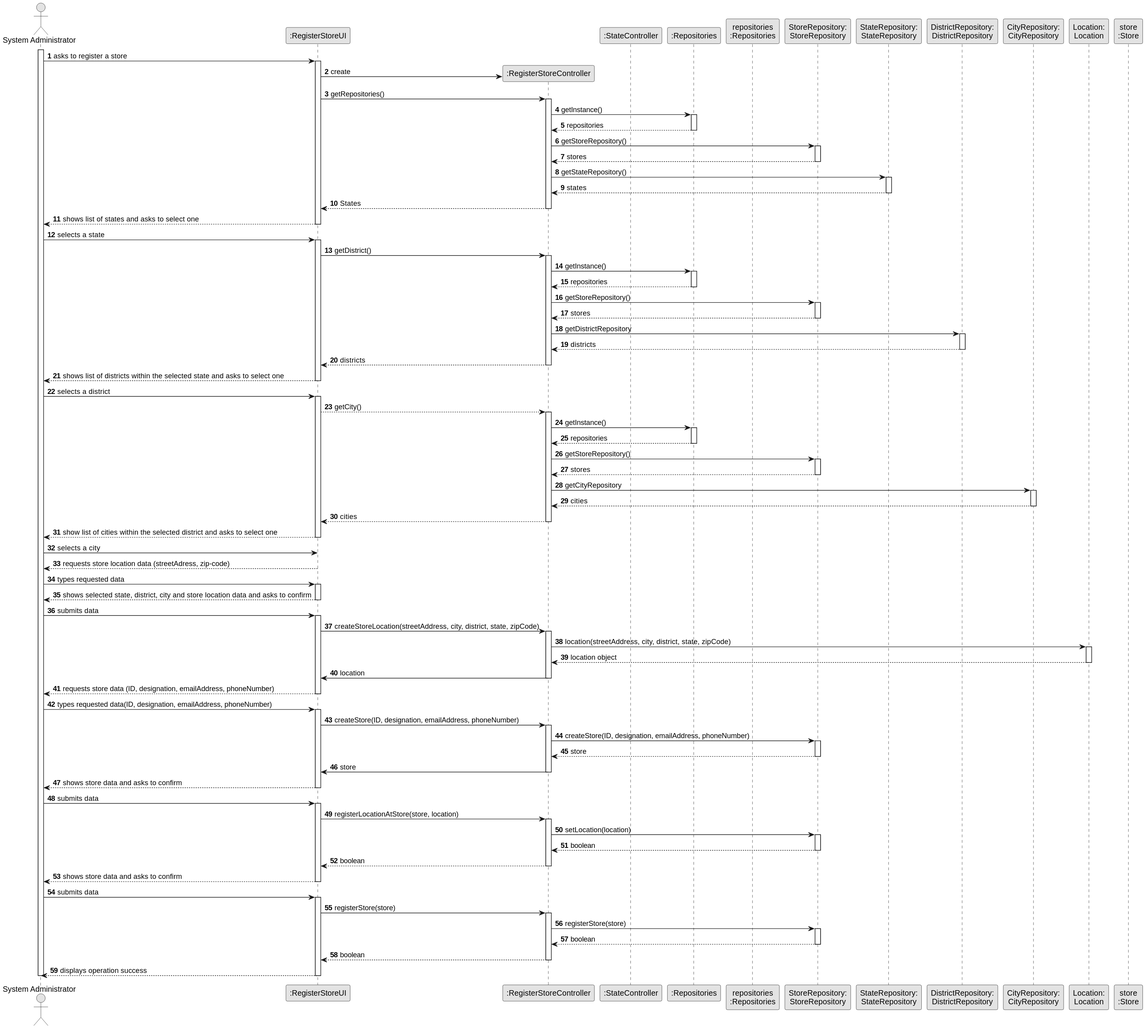
Earlier version of the PlantUML export docs/sprintD/us005/03.design/svg/us005-sequence-diagram-full.svg (1220812/LAPR2).
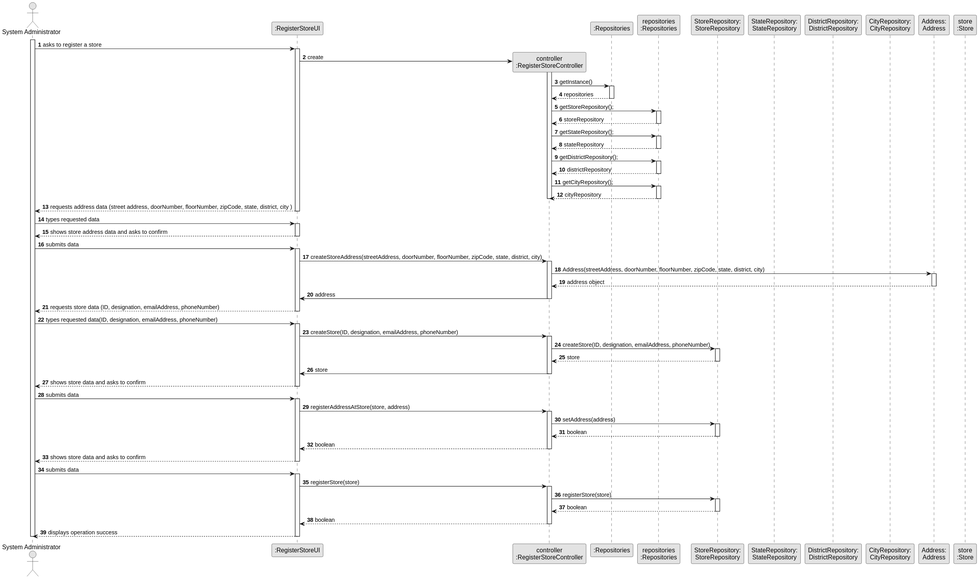
Later version of the same file.

Commit message:
US005- Fixed the mistakes in system sequence diagram, sequence diagram full and class diagram

Diff of the diagram source:
```diff
@@ -7,15 +7,14 @@
 
 actor "System Administrator" as ADM
 participant ":RegisterStoreUI" as UI
-participant ":RegisterStoreController" as STRCTRL
-participant ":StateController" as STCTRL
+participant "controller\n:RegisterStoreController" as STRCTRL
 participant ":Repositories" as RepositorySingleton
 participant "repositories\n:Repositories" as PLAT
 participant "StoreRepository:\nStoreRepository" as StoreRepository
 participant "StateRepository:\nStateRepository" as StateRepository
 participant "DistrictRepository:\nDistrictRepository" as DistrictRepository
 participant "CityRepository:\nCityRepository" as CityRepository
-participant "Location:\nLocation" as Location
+participant "Address:\nAddress" as Address
 participant "store\n:Store" as Store
 
 activate ADM
@@ -26,118 +25,63 @@
 
             UI -> STRCTRL** : create
 
-            UI -> STRCTRL : getRepositories()
+
             activate STRCTRL
 
                     STRCTRL -> RepositorySingleton : getInstance()
                     activate RepositorySingleton
 
-                    RepositorySingleton --> STRCTRL: repositories
+                        RepositorySingleton --> STRCTRL: repositories
+
                     deactivate RepositorySingleton
+                    STRCTRL -> PLAT: getStoreRepository();
+                    activate PLAT
 
-                    STRCTRL -> StoreRepository : getStoreRepository()
-                    activate StoreRepository
+                        PLAT --> STRCTRL : storeRepository
 
-                    StoreRepository --> STRCTRL : stores
-                    deactivate StoreRepository
+                    deactivate PLAT
+                    STRCTRL -> PLAT : getStateRepository();
+                    activate PLAT
 
-                    STRCTRL -> StateRepository : getStateRepository()
-                    activate StateRepository
+                        PLAT --> STRCTRL : stateRepository
 
-                    StateRepository --> STRCTRL : states
-                    deactivate StateRepository
+                    deactivate PLAT
+                    STRCTRL -> PLAT : getDistrictRepository();
+                    activate PLAT
 
-            STRCTRL --> UI : States
+                        PLAT --> STRCTRL : districtRepository
+
+                    deactivate PLAT
+                    STRCTRL -> PLAT : getCityRepository();
+                    activate PLAT
+
+                        PLAT --> STRCTRL : cityRepository
+
+                    deactivate PLAT
             deactivate STRCTRL
 
-            UI --> ADM : shows list of states and asks to select one
-            deactivate UI
-
-            ADM -> UI : selects a state
-            activate UI
-
-            UI -> STRCTRL : getDistrict()
-            activate STRCTRL
-
-                    STRCTRL -> RepositorySingleton : getInstance()
-                    activate RepositorySingleton
-
-                    RepositorySingleton --> STRCTRL: repositories
-                    deactivate RepositorySingleton
-
-                    STRCTRL -> StoreRepository : getStoreRepository()
-                    activate StoreRepository
-
-                    StoreRepository --> STRCTRL : stores
-                    deactivate StoreRepository
-
-                    STRCTRL -> DistrictRepository : getDistrictRepository
-                    activate DistrictRepository
-
-                    DistrictRepository --> STRCTRL : districts
-                    deactivate DistrictRepository
-
-
-            STRCTRL --> UI : districts
-            deactivate STRCTRL
-
-            UI --> ADM : shows list of districts within the selected state and asks to select one
-            deactivate UI
-
-            ADM -> UI : selects a district
-            activate UI
-
-            UI --> STRCTRL : getCity()
-            activate STRCTRL
-
-                STRCTRL -> RepositorySingleton : getInstance()
-                activate RepositorySingleton
-
-                RepositorySingleton --> STRCTRL: repositories
-                deactivate RepositorySingleton
-
-                STRCTRL -> StoreRepository : getStoreRepository()
-                activate StoreRepository
-
-                StoreRepository --> STRCTRL : stores
-                deactivate StoreRepository
-
-                STRCTRL -> CityRepository : getCityRepository
-                activate CityRepository
-
-                CityRepository --> STRCTRL : cities
-                deactivate CityRepository
-
-            STRCTRL --> UI : cities
-            deactivate STRCTRL
-
-            UI --> ADM : show list of cities within the selected district and asks to select one
-            deactivate UI
-
-            ADM -> UI: selects a city
-
-            UI --> ADM : requests store location data (streetAdress, zip-code)
+            UI --> ADM : requests address data (street address, doorNumber, floorNumber, zipCode, state, district, city )
             deactivate UI
 
             ADM -> UI : types requested data
             activate UI
 
-            UI --> ADM : shows selected state, district, city and store location data and asks to confirm
+            UI --> ADM : shows store address data and asks to confirm
             deactivate UI
 
             ADM -> UI : submits data
             activate UI
 
-                    UI -> STRCTRL :createStoreLocation(streetAddress, city, district, state, zipCode)
+                    UI -> STRCTRL :createStoreAddress(streetAddress, doorNumber, floorNumber, zipCode, state, district, city)
                     activate STRCTRL
 
-                    STRCTRL -> Location : location(streetAddress, city, district, state, zipCode)
-                    activate Location
+                    STRCTRL -> Address : Address(streetAddress, doorNumber, floorNumber, zipCode, state, district, city)
+                    activate Address
 
-                    Location --> STRCTRL : location object
-                    deactivate Location
+                    Address --> STRCTRL : address object
+                    deactivate Address
 
-                    STRCTRL -> UI : location
+                    STRCTRL -> UI : address
                     deactivate STRCTRL
 
             UI --> ADM : requests store data (ID, designation, emailAddress, phoneNumber)
@@ -165,10 +109,10 @@
             ADM -> UI : submits data
             activate UI
 
-                UI -> STRCTRL : registerLocationAtStore(store, location)
+                UI -> STRCTRL : registerAddressAtStore(store, address)
                 activate STRCTRL
 
-                STRCTRL -> StoreRepository : setLocation(location)
+                STRCTRL -> StoreRepository : setAddress(address)
                 activate StoreRepository
 
                 StoreRepository --> STRCTRL : boolean
@@ -186,7 +130,6 @@
                 UI -> STRCTRL : registerStore(store)
                 activate STRCTRL
 
-
                 STRCTRL -> StoreRepository : registerStore(store)
                 activate StoreRepository
 
```
